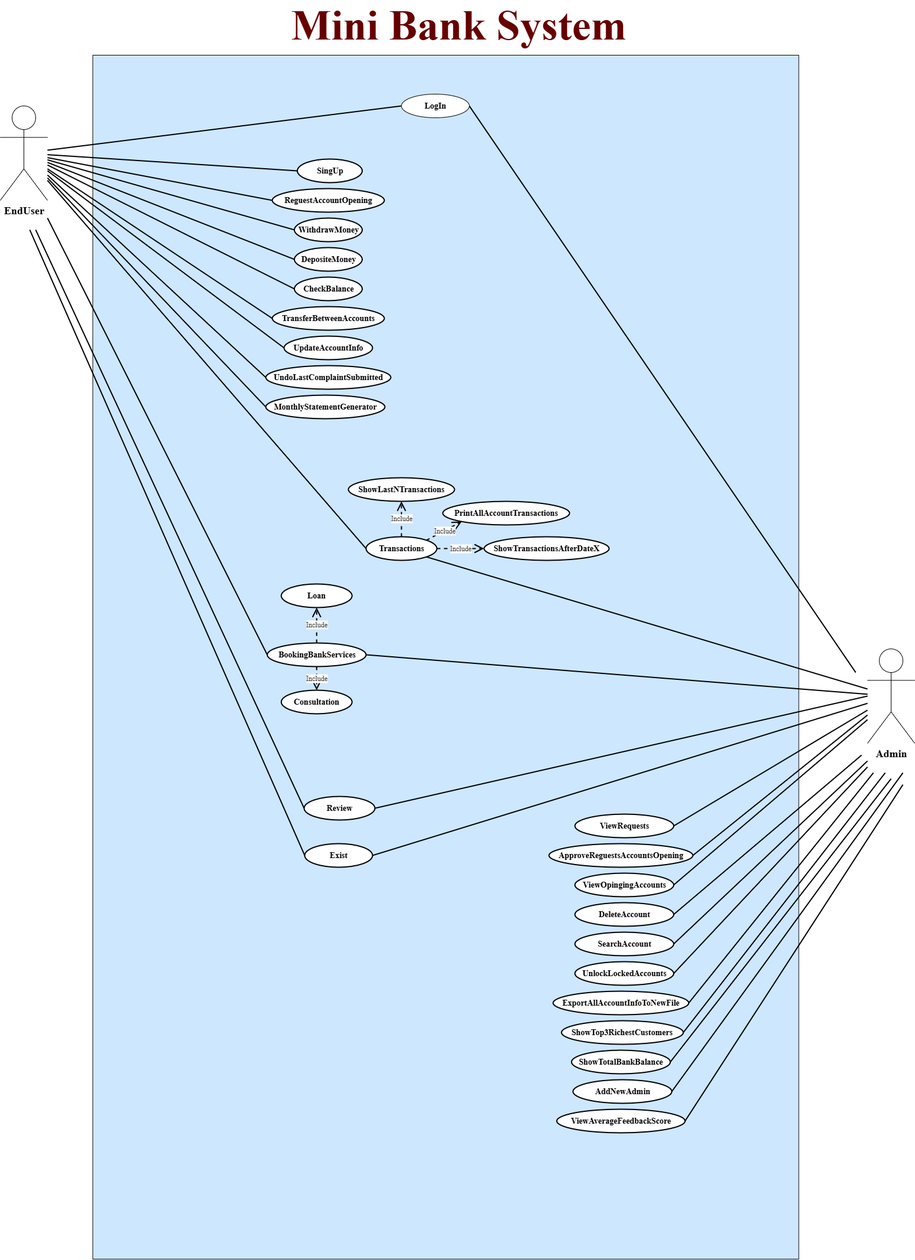
This is images/BankSystemDiagramsUseCaseDiagram.png from rahmaAlmamari/MiniProjectBankSystem, a draw.io export, as it was before one commit. Source tidied: cells renumbered, new cells last; positions are measured from the earlier drawing's top-left corner, leaving out a move shared by most shapes.
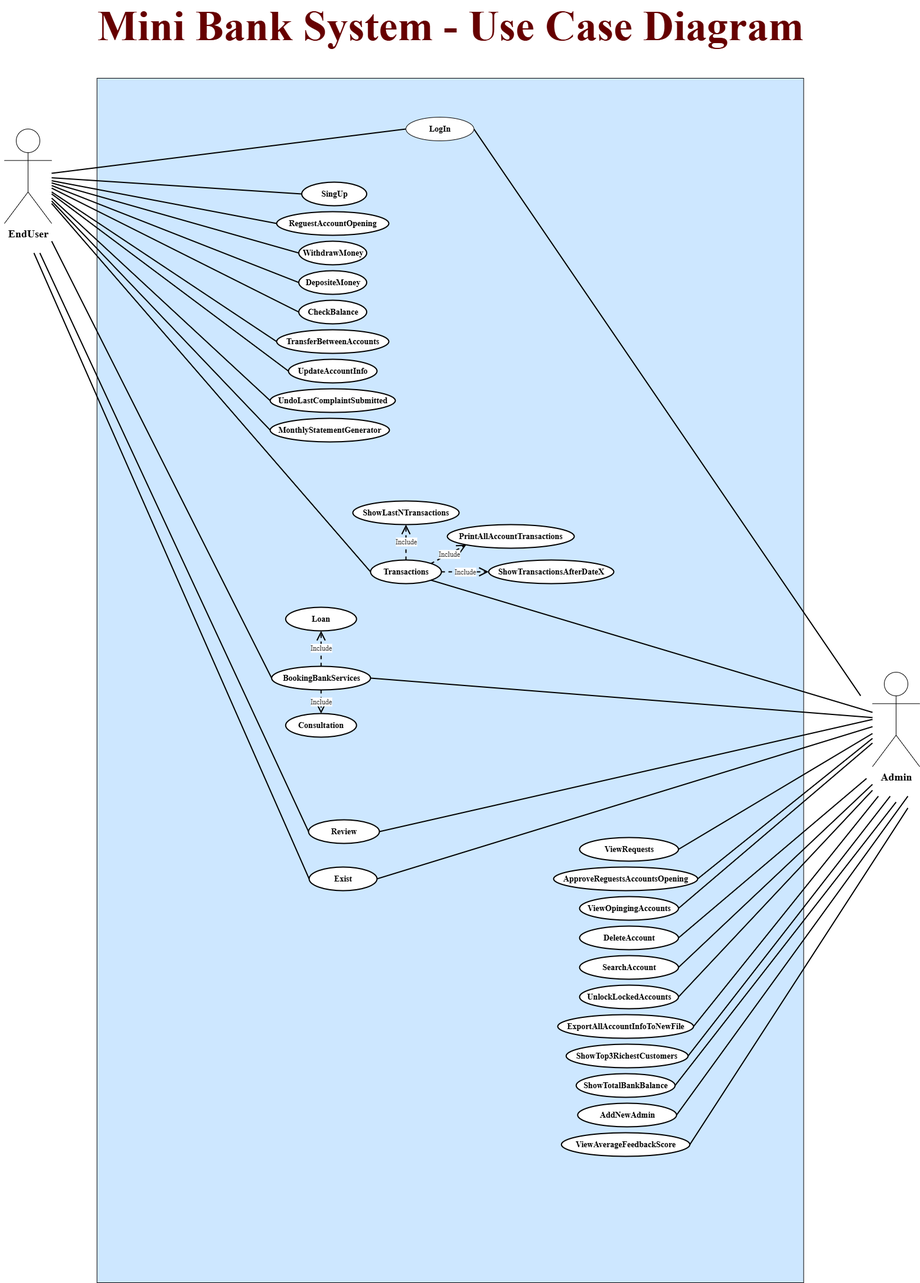
Later version of the same file.

Commit message:
Modify use case diagram

Diff of the diagram source:
```diff
@@ -2,8 +2,8 @@
   <root>
     <mxCell id="0" />
     <mxCell id="1" parent="0" />
-    <mxCell id="2" value="&lt;font style=&quot;color: rgb(102, 0, 0); font-size: 72px;&quot; face=&quot;Times New Roman&quot;&gt;&lt;b style=&quot;&quot;&gt;Mini Bank System&lt;/b&gt;&lt;/font&gt;" style="text;html=1;align=center;verticalAlign=middle;whiteSpace=wrap;rounded=0;" parent="1" vertex="1">
-      <mxGeometry x="430" width="694" height="50" as="geometry" />
+    <mxCell id="2" value="&lt;font style=&quot;color: rgb(102, 0, 0); font-size: 72px;&quot; face=&quot;Times New Roman&quot;&gt;&lt;b style=&quot;&quot;&gt;Mini Bank System - Use Case Diagram&lt;/b&gt;&lt;/font&gt;" style="text;html=1;align=center;verticalAlign=middle;whiteSpace=wrap;rounded=0;" parent="1" vertex="1">
+      <mxGeometry x="-7.4" y="-38" width="1525" height="50" as="geometry" />
     </mxCell>
     <mxCell id="3" style="rounded=0;whiteSpace=wrap;html=1;fillColor=#CDE7FF;" parent="1" vertex="1">
       <mxGeometry x="156.8" y="76" width="1196.8" height="2040" as="geometry" />
```
